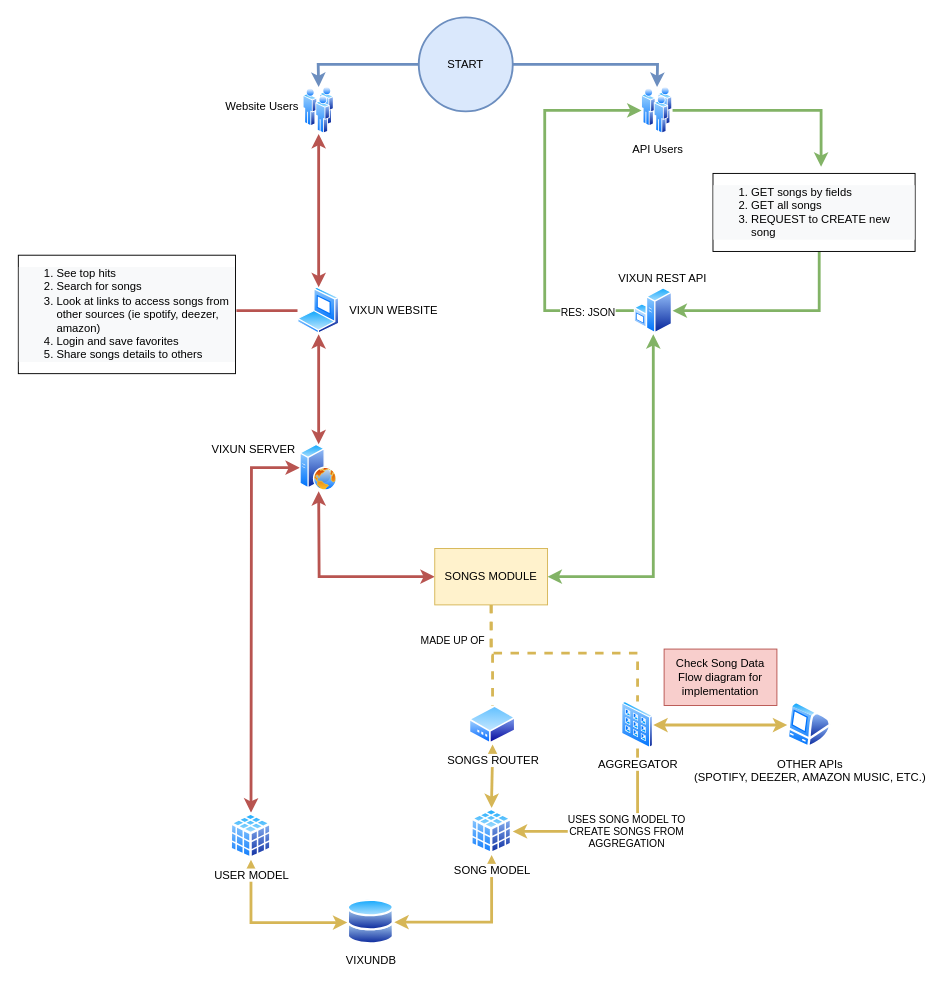
ReyhanArdiya/VIXUN-music-finder keeps this draw.io diagram as page "VIXUN Project Overview" (1 of 3) of VIXUN.drawio. Above is the earlier version. Source tidied: cells renumbered, new cells numbered last; positions are measured from the earlier drawing's top-left corner, leaving out a move shared by most shapes. Both pictures are drawn from the tidied source at 94%, with x=0, y=0 at pixel (16, 17).
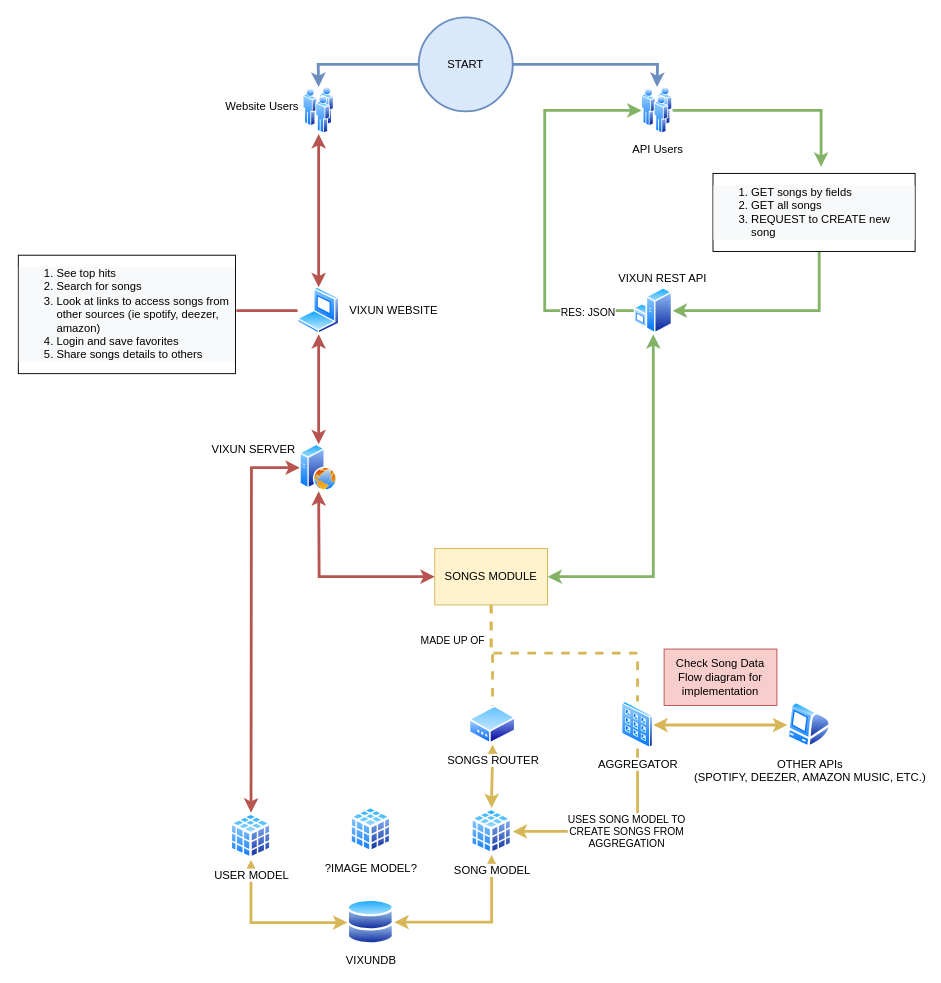
The same diagram, later.

What changed in the source:
```diff
@@
+    <mxCell id="43" value="?IMAGE MODEL?" style="perimeter=ellipsePerimeter;html=1;align=center;shadow=0;dashed=0;spacingTop=3;image;image=img/lib/active_directory/database_cube.svg;fontFamily=Helvetica;" parent="1" vertex="1">
+      <mxGeometry x="354.5" y="839" width="45" height="50" as="geometry" />
+    </mxCell>
```
